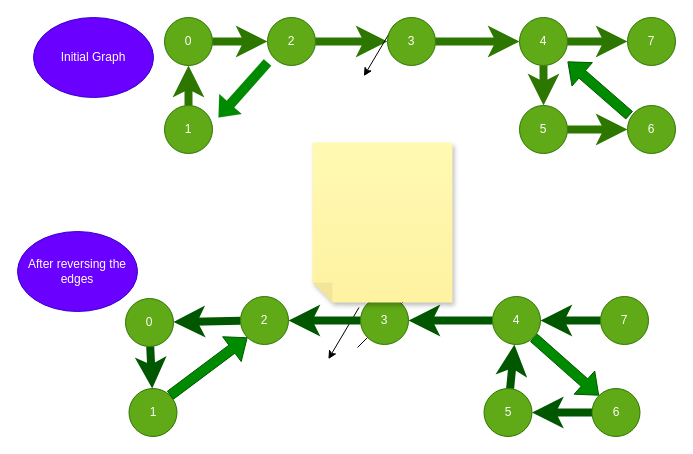
The draw.io diagram 21_Graph/Stongly Connected Component/Kosaraju Algorithm/Graph_Diagram.drawio in shlok-2003/DSA-Notes, before the edit. Source tidied: cells renumbered, new cells numbered last; positions are measured from the earlier drawing's top-left corner, leaving out a move shared by most shapes. Both pictures are drawn from the tidied source at 100%, with x=0, y=0 at pixel (17, 17).
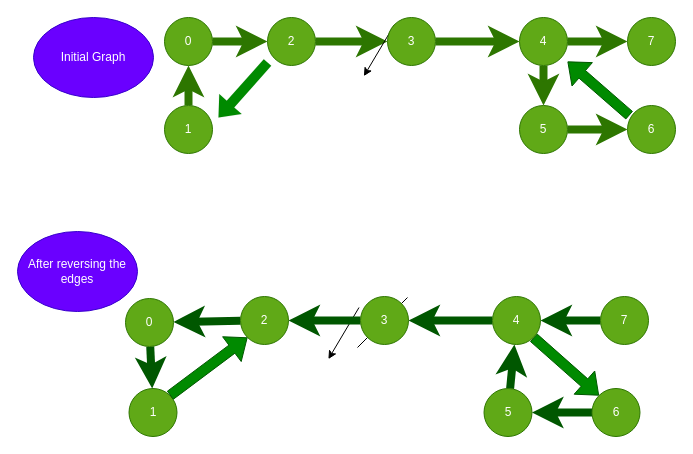
The same diagram, later.

Diff of the diagram source:
```diff
@@
-    <mxCell id="41" style="shape=note;whiteSpace=wrap;html=1;backgroundOutline=1;fontColor=#000000;darkOpacity=0.05;fillColor=#FFF9B2;strokeColor=none;fillStyle=solid;direction=west;gradientDirection=north;gradientColor=#FFF2A1;shadow=1;size=20;" parent="1" vertex="1">
-      <mxGeometry x="295" y="125" width="140" height="160" as="geometry" />
-    </mxCell>
```
